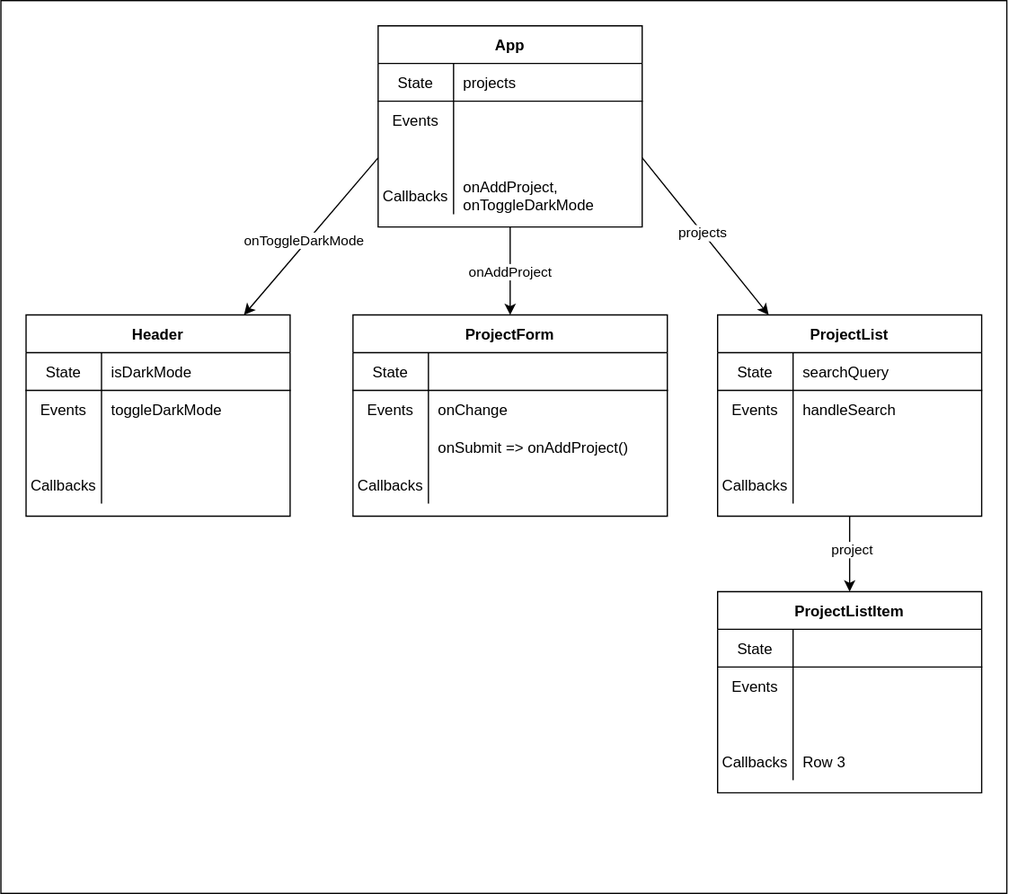
The draw.io diagram 06_PATCH_DELETE/assets/component-hierarchy-with-data-flow.drawio.svg in learn-co-students/SENG-LIVE-062722-Phase-2, before a commit. Source tidied: cells renumbered, new cells last; positions are measured from the earlier drawing's top-left corner, leaving out a move shared by most shapes.
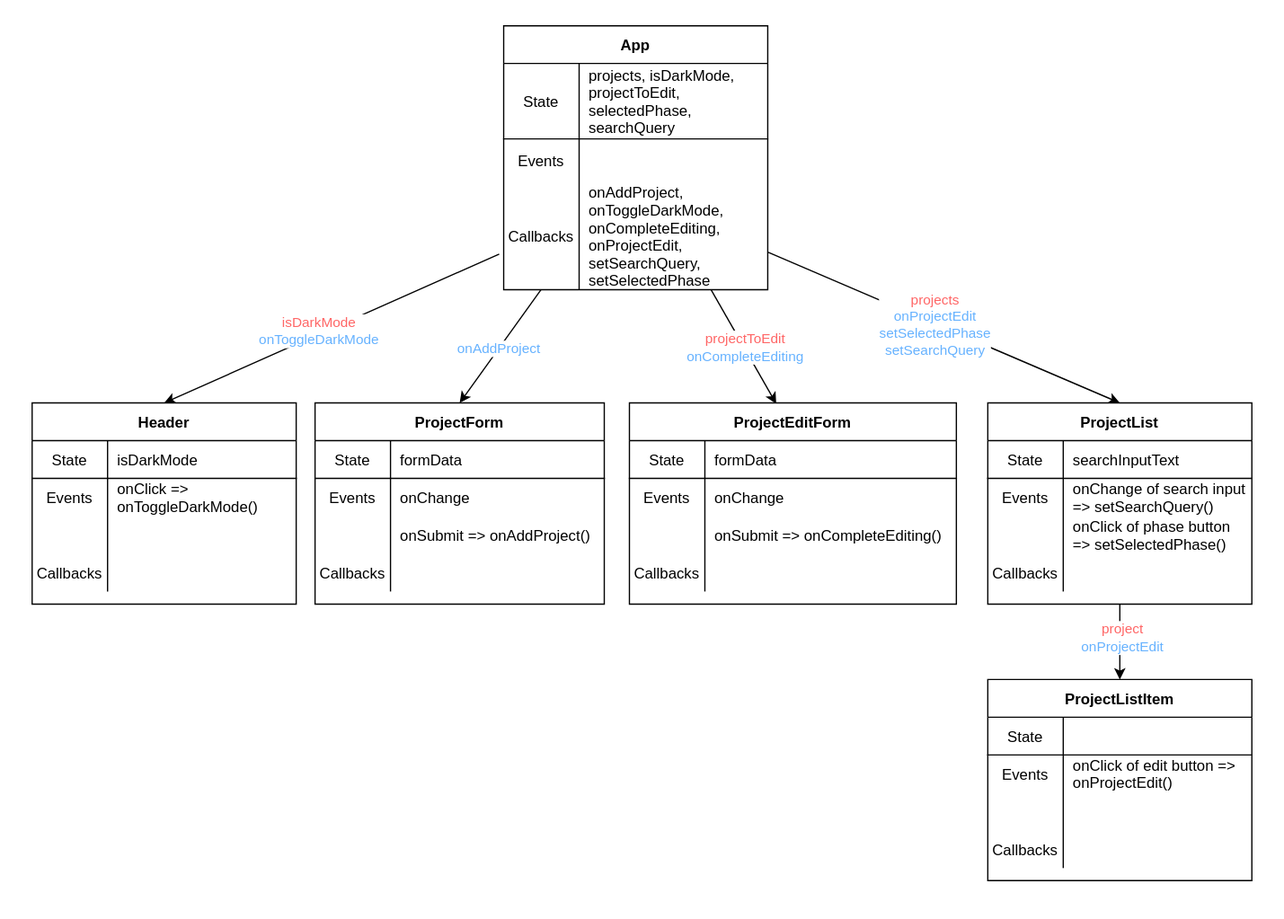
Above is the later version.

Commit message:
update component diagram

What changed in the source:
```diff
@@ -4,64 +4,66 @@
     <mxCell id="1" parent="0" />
-    <mxCell id="2" style="rounded=0;whiteSpace=wrap;html=1;" parent="1" vertex="1">
-      <mxGeometry width="800" height="710" as="geometry" />
+    <mxCell id="2" style="rounded=0;whiteSpace=wrap;html=1;strokeColor=none;" parent="1" vertex="1">
+      <mxGeometry y="-20" width="1020" height="730" as="geometry" />
     </mxCell>
-    <mxCell id="3" style="edgeStyle=none;html=1;exitX=0;exitY=0.5;exitDx=0;exitDy=0;" parent="1" edge="1" source="16" target="22">
+    <mxCell id="3" style="edgeStyle=none;html=1;exitX=-0.017;exitY=0.666;exitDx=0;exitDy=0;exitPerimeter=0;entryX=0.5;entryY=0;entryDx=0;entryDy=0;" parent="1" edge="1" source="19" target="22">
       <mxGeometry relative="1" as="geometry" />
     </mxCell>
-    <mxCell id="4" value="onToggleDarkMode" style="edgeLabel;html=1;align=center;verticalAlign=middle;" parent="3" vertex="1">
+    <mxCell id="4" value="&lt;font color=&quot;#ff6666&quot;&gt;isDarkMode&lt;/font&gt;&lt;br&gt;&lt;font color=&quot;#66b2ff&quot;&gt;onToggleDarkMode&lt;/font&gt;" style="edgeLabel;html=1;align=center;verticalAlign=middle;" parent="3" vertex="1">
       <mxGeometry x="0.07" y="-3" relative="1" as="geometry" />
     </mxCell>
-    <mxCell id="5" style="edgeStyle=none;html=1;" parent="1" edge="1" source="9" target="35">
+    <mxCell id="5" style="edgeStyle=none;html=1;entryX=0.5;entryY=0;entryDx=0;entryDy=0;" parent="1" edge="1" source="9" target="35">
       <mxGeometry relative="1" as="geometry" />
     </mxCell>
-    <mxCell id="6" value="onAddProject" style="edgeLabel;html=1;align=center;verticalAlign=middle;" parent="5" vertex="1">
+    <mxCell id="6" value="&lt;font color=&quot;#66b2ff&quot;&gt;onAddProject&lt;/font&gt;" style="edgeLabel;html=1;align=center;verticalAlign=middle;fontColor=#3399FF;" parent="5" vertex="1">
       <mxGeometry x="0.03" y="-1" relative="1" as="geometry" />
     </mxCell>
-    <mxCell id="7" style="edgeStyle=none;html=1;exitX=1;exitY=0.5;exitDx=0;exitDy=0;" parent="1" edge="1" source="16" target="50">
+    <mxCell id="7" style="edgeStyle=none;html=1;exitX=1.002;exitY=0.65;exitDx=0;exitDy=0;exitPerimeter=0;entryX=0.5;entryY=0;entryDx=0;entryDy=0;" parent="1" edge="1" source="19" target="50">
       <mxGeometry relative="1" as="geometry" />
     </mxCell>
-    <mxCell id="8" value="projects" style="edgeLabel;html=1;align=center;verticalAlign=middle;" parent="7" vertex="1">
+    <mxCell id="8" value="&lt;font color=&quot;#ff6666&quot;&gt;projects&lt;/font&gt;&lt;br&gt;&lt;font color=&quot;#66b2ff&quot;&gt;onProjectEdit&lt;br&gt;setSelectedPhase&lt;/font&gt;&lt;br&gt;&lt;font color=&quot;#66b2ff&quot;&gt;setSearchQuery&lt;/font&gt;" style="edgeLabel;html=1;align=center;verticalAlign=middle;" parent="7" vertex="1">
       <mxGeometry x="-0.06" relative="1" as="geometry" />
     </mxCell>
+    <mxCell id="76" style="edgeStyle=none;html=1;fontColor=#66B2FF;entryX=0.449;entryY=0.004;entryDx=0;entryDy=0;entryPerimeter=0;" parent="1" edge="1" source="9" target="78">
+      <mxGeometry relative="1" as="geometry" />
+    </mxCell>
+    <mxCell id="77" value="&lt;font color=&quot;#ff6666&quot;&gt;projectToEdit&lt;/font&gt;&lt;br&gt;onCompleteEditing" style="edgeLabel;html=1;align=center;verticalAlign=middle;fontColor=#66B2FF;" parent="76" vertex="1">
+      <mxGeometry x="0.09" y="1" relative="1" as="geometry">
+        <mxPoint x="-3" y="-4" as="offset" />
+      </mxGeometry>
+    </mxCell>
     <mxCell id="9" value="App" style="shape=table;startSize=30;rowLines=0;fontStyle=1;align=center;" parent="1" vertex="1">
-      <mxGeometry x="300" y="20" width="210" height="160" as="geometry" />
+      <mxGeometry x="400" width="210" height="210" as="geometry" />
     </mxCell>
-    <mxCell id="10" style="shape=partialRectangle;fillColor=none;top=0;left=0;bottom=1;right=0;" parent="9" vertex="1">
-      <mxGeometry y="30" width="210" height="30" as="geometry" />
+    <mxCell id="10" style="shape=partialRectangle;fillColor=none;top=0;left=0;bottom=0;right=0;" parent="9" vertex="1">
+      <mxGeometry y="30" width="210" height="31" as="geometry" />
     </mxCell>
-    <mxCell id="11" value="State" style="shape=partialRectangle;fillColor=none;top=0;left=0;bottom=0;right=0;fontStyle=0;overflow=hidden;" parent="10" vertex="1">
-      <mxGeometry width="60" height="30" as="geometry" />
+    <mxCell id="11" value="State" style="shape=partialRectangle;fillColor=none;top=0;left=0;bottom=1;right=0;fontStyle=0;overflow=hidden;colspan=1;rowspan=2;" parent="10" vertex="1">
+      <mxGeometry width="60" height="60" as="geometry" />
     </mxCell>
-    <mxCell id="12" value="projects" style="shape=partialRectangle;fillColor=none;top=0;left=0;bottom=0;right=0;align=left;spacingLeft=6;fontStyle=0;overflow=hidden;" parent="10" vertex="1">
-      <mxGeometry x="60" width="150" height="30" as="geometry" />
+    <mxCell id="12" value="projects, isDarkMode, &#10;projectToEdit,&#10;selectedPhase, &#10;searchQuery" style="shape=partialRectangle;fillColor=none;top=0;left=0;bottom=1;right=0;align=left;spacingLeft=6;fontStyle=0;overflow=visible;strokeColor=default;rowspan=2;" parent="10" vertex="1">
+      <mxGeometry x="60" width="150" height="60" as="geometry" />
     </mxCell>
     <mxCell id="13" style="shape=partialRectangle;fillColor=none;top=0;left=0;bottom=0;right=0;" parent="9" vertex="1">
-      <mxGeometry y="60" width="210" height="30" as="geometry" />
+      <mxGeometry y="61" width="210" height="29" as="geometry" />
     </mxCell>
-    <mxCell id="14" value="Events" style="shape=partialRectangle;fillColor=none;top=0;left=0;bottom=0;right=0;overflow=hidden;" parent="13" vertex="1">
-      <mxGeometry width="60" height="30" as="geometry" />
-    </mxCell>
-    <mxCell id="15" style="shape=partialRectangle;fillColor=none;top=0;left=0;bottom=0;right=0;align=left;spacingLeft=6;overflow=hidden;" parent="13" vertex="1">
-      <mxGeometry x="60" width="150" height="30" as="geometry" />
-    </mxCell>
     <mxCell id="16" style="shape=partialRectangle;fillColor=none;top=0;left=0;bottom=0;right=0;points=[[0,0.5],[1,0.5]];portConstraint=eastwest;" parent="9" vertex="1">
-      <mxGeometry y="90" width="210" height="30" as="geometry" />
+      <mxGeometry y="90" width="210" height="35" as="geometry" />
     </mxCell>
-    <mxCell id="17" style="shape=partialRectangle;fillColor=none;top=0;left=0;bottom=0;right=0;overflow=hidden;" parent="16" vertex="1">
-      <mxGeometry width="60" height="30" as="geometry" />
+    <mxCell id="17" value="Events" style="shape=partialRectangle;fillColor=none;top=0;left=0;bottom=0;right=0;overflow=hidden;" parent="16" vertex="1">
+      <mxGeometry width="60" height="35" as="geometry" />
     </mxCell>
     <mxCell id="18" style="shape=partialRectangle;fillColor=none;top=0;left=0;bottom=0;right=0;align=left;spacingLeft=6;overflow=hidden;" parent="16" vertex="1">
-      <mxGeometry x="60" width="150" height="30" as="geometry" />
+      <mxGeometry x="60" width="150" height="35" as="geometry" />
     </mxCell>
     <mxCell id="19" style="shape=partialRectangle;fillColor=none;top=0;left=0;bottom=0;right=0;points=[[0,0.5],[1,0.5]];portConstraint=eastwest;" parent="9" vertex="1">
-      <mxGeometry y="120" width="210" height="30" as="geometry" />
+      <mxGeometry y="125" width="210" height="85" as="geometry" />
     </mxCell>
-    <mxCell id="20" value="Callbacks" style="shape=partialRectangle;fillColor=none;top=0;left=0;bottom=0;right=0;overflow=hidden;" parent="19" vertex="1">
-      <mxGeometry width="60" height="30" as="geometry" />
+    <mxCell id="20" value="Callbacks" style="shape=partialRectangle;fillColor=none;top=0;left=0;bottom=0;right=0;overflow=hidden;rowspan=3;" parent="19" vertex="1">
+      <mxGeometry width="60" height="85" as="geometry" />
     </mxCell>
-    <mxCell id="21" value="onAddProject, &#10;onToggleDarkMode" style="shape=partialRectangle;fillColor=none;top=0;left=0;bottom=0;right=0;align=left;spacingLeft=6;overflow=hidden;" parent="19" vertex="1">
-      <mxGeometry x="60" width="150" height="30" as="geometry" />
+    <mxCell id="21" value="onAddProject, &#10;onToggleDarkMode,&#10;onCompleteEditing,&#10;onProjectEdit,&#10;setSearchQuery,&#10;setSelectedPhase" style="shape=partialRectangle;fillColor=none;top=0;left=0;bottom=0;right=0;align=left;spacingLeft=6;overflow=visible;rowspan=2;" parent="19" vertex="1">
+      <mxGeometry x="60" width="150" height="85" as="geometry" />
     </mxCell>
     <mxCell id="22" value="Header" style="shape=table;startSize=30;rowLines=0;fontStyle=1;align=center;" parent="1" vertex="1">
-      <mxGeometry x="20" y="250" width="210" height="160" as="geometry" />
+      <mxGeometry x="25" y="300" width="210" height="160" as="geometry" />
     </mxCell>
@@ -82,3 +84,3 @@
     </mxCell>
-    <mxCell id="28" value="toggleDarkMode" style="shape=partialRectangle;fillColor=none;top=0;left=0;bottom=0;right=0;align=left;spacingLeft=6;overflow=hidden;" parent="26" vertex="1">
+    <mxCell id="28" value="onClick =&gt; &#10;onToggleDarkMode()" style="shape=partialRectangle;fillColor=none;top=0;left=0;bottom=0;right=0;align=left;spacingLeft=6;overflow=hidden;" parent="26" vertex="1">
       <mxGeometry x="60" width="150" height="30" as="geometry" />
@@ -104,6 +106,6 @@
     <mxCell id="35" value="ProjectForm" style="shape=table;startSize=30;rowLines=0;fontStyle=1;align=center;" parent="1" vertex="1">
-      <mxGeometry x="280" y="250" width="250" height="160" as="geometry" />
+      <mxGeometry x="250" y="300" width="230" height="160" as="geometry" />
     </mxCell>
     <mxCell id="36" style="shape=partialRectangle;fillColor=none;top=0;left=0;bottom=1;right=0;" parent="35" vertex="1">
-      <mxGeometry y="30" width="250" height="30" as="geometry" />
+      <mxGeometry y="30" width="230" height="30" as="geometry" />
     </mxCell>
@@ -112,7 +114,7 @@
     </mxCell>
-    <mxCell id="38" style="shape=partialRectangle;fillColor=none;top=0;left=0;bottom=0;right=0;align=left;spacingLeft=6;fontStyle=0;overflow=hidden;" parent="36" vertex="1">
-      <mxGeometry x="60" width="190" height="30" as="geometry" />
+    <mxCell id="38" value="formData" style="shape=partialRectangle;fillColor=none;top=0;left=0;bottom=0;right=0;align=left;spacingLeft=6;fontStyle=0;overflow=hidden;" parent="36" vertex="1">
+      <mxGeometry x="60" width="170" height="30" as="geometry" />
     </mxCell>
     <mxCell id="39" style="shape=partialRectangle;fillColor=none;top=0;left=0;bottom=0;right=0;" parent="35" vertex="1">
-      <mxGeometry y="60" width="250" height="30" as="geometry" />
+      <mxGeometry y="60" width="230" height="30" as="geometry" />
     </mxCell>
@@ -122,6 +124,6 @@
     <mxCell id="41" value="onChange" style="shape=partialRectangle;fillColor=none;top=0;left=0;bottom=0;right=0;align=left;spacingLeft=6;overflow=hidden;" parent="39" vertex="1">
-      <mxGeometry x="60" width="190" height="30" as="geometry" />
+      <mxGeometry x="60" width="170" height="30" as="geometry" />
     </mxCell>
     <mxCell id="42" style="shape=partialRectangle;fillColor=none;top=0;left=0;bottom=0;right=0;" parent="35" vertex="1">
-      <mxGeometry y="90" width="250" height="30" as="geometry" />
+      <mxGeometry y="90" width="230" height="30" as="geometry" />
     </mxCell>
@@ -131,6 +133,6 @@
     <mxCell id="44" value="onSubmit =&gt; onAddProject()" style="shape=partialRectangle;fillColor=none;top=0;left=0;bottom=0;right=0;align=left;spacingLeft=6;overflow=hidden;" parent="42" vertex="1">
-      <mxGeometry x="60" width="190" height="30" as="geometry" />
+      <mxGeometry x="60" width="170" height="30" as="geometry" />
     </mxCell>
     <mxCell id="45" style="shape=partialRectangle;fillColor=none;top=0;left=0;bottom=0;right=0;" parent="35" vertex="1">
-      <mxGeometry y="120" width="250" height="30" as="geometry" />
+      <mxGeometry y="120" width="230" height="30" as="geometry" />
     </mxCell>
@@ -140,3 +142,3 @@
     <mxCell id="47" style="shape=partialRectangle;fillColor=none;top=0;left=0;bottom=0;right=0;align=left;spacingLeft=6;overflow=hidden;" parent="45" vertex="1">
-      <mxGeometry x="60" width="190" height="30" as="geometry" />
+      <mxGeometry x="60" width="170" height="30" as="geometry" />
     </mxCell>
@@ -145,3 +147,3 @@
     </mxCell>
-    <mxCell id="49" value="project" style="edgeLabel;html=1;align=center;verticalAlign=middle;" parent="48" vertex="1">
+    <mxCell id="49" value="&lt;font color=&quot;#ff6666&quot;&gt;project&lt;/font&gt;&lt;br&gt;&lt;font color=&quot;#66b2ff&quot;&gt;onProjectEdit&lt;/font&gt;" style="edgeLabel;html=1;align=center;verticalAlign=middle;" parent="48" vertex="1">
       <mxGeometry x="-0.12" y="1" relative="1" as="geometry" />
@@ -149,3 +151,3 @@
     <mxCell id="50" value="ProjectList" style="shape=table;startSize=30;rowLines=0;fontStyle=1;align=center;" parent="1" vertex="1">
-      <mxGeometry x="570" y="250" width="210" height="160" as="geometry" />
+      <mxGeometry x="785" y="300" width="210" height="160" as="geometry" />
     </mxCell>
@@ -157,3 +159,3 @@
     </mxCell>
-    <mxCell id="53" value="searchQuery" style="shape=partialRectangle;fillColor=none;top=0;left=0;bottom=0;right=0;align=left;spacingLeft=6;fontStyle=0;overflow=hidden;" parent="51" vertex="1">
+    <mxCell id="53" value="searchInputText" style="shape=partialRectangle;fillColor=none;top=0;left=0;bottom=0;right=0;align=left;spacingLeft=6;fontStyle=0;overflow=hidden;" parent="51" vertex="1">
       <mxGeometry x="60" width="150" height="30" as="geometry" />
@@ -166,3 +168,3 @@
     </mxCell>
-    <mxCell id="56" value="handleSearch" style="shape=partialRectangle;fillColor=none;top=0;left=0;bottom=0;right=0;align=left;spacingLeft=6;overflow=hidden;" parent="54" vertex="1">
+    <mxCell id="56" value="onChange of search input&#10; =&gt; setSearchQuery()" style="shape=partialRectangle;fillColor=none;top=0;left=0;bottom=0;right=0;align=left;spacingLeft=6;overflow=hidden;" parent="54" vertex="1">
       <mxGeometry x="60" width="150" height="30" as="geometry" />
@@ -175,3 +177,3 @@
     </mxCell>
-    <mxCell id="59" style="shape=partialRectangle;fillColor=none;top=0;left=0;bottom=0;right=0;align=left;spacingLeft=6;overflow=hidden;" parent="57" vertex="1">
+    <mxCell id="59" value="onClick of phase button&#10;=&gt; setSelectedPhase()" style="shape=partialRectangle;fillColor=none;top=0;left=0;bottom=0;right=0;align=left;spacingLeft=6;overflow=hidden;" parent="57" vertex="1">
       <mxGeometry x="60" width="150" height="30" as="geometry" />
@@ -188,3 +190,3 @@
     <mxCell id="63" value="ProjectListItem" style="shape=table;startSize=30;rowLines=0;fontStyle=1;align=center;" parent="1" vertex="1">
-      <mxGeometry x="570" y="470" width="210" height="160" as="geometry" />
+      <mxGeometry x="785" y="520" width="210" height="160" as="geometry" />
     </mxCell>
@@ -205,3 +207,3 @@
     </mxCell>
-    <mxCell id="69" style="shape=partialRectangle;fillColor=none;top=0;left=0;bottom=0;right=0;align=left;spacingLeft=6;overflow=hidden;" parent="67" vertex="1">
+    <mxCell id="69" value="onClick of edit button =&gt;&#10;onProjectEdit()" style="shape=partialRectangle;fillColor=none;top=0;left=0;bottom=0;right=0;align=left;spacingLeft=6;overflow=hidden;" parent="67" vertex="1">
       <mxGeometry x="60" width="150" height="30" as="geometry" />
@@ -223,5 +225,44 @@
     </mxCell>
-    <mxCell id="75" value="Row 3" style="shape=partialRectangle;fillColor=none;top=0;left=0;bottom=0;right=0;align=left;spacingLeft=6;overflow=hidden;" parent="73" vertex="1">
+    <mxCell id="75" style="shape=partialRectangle;fillColor=none;top=0;left=0;bottom=0;right=0;align=left;spacingLeft=6;overflow=hidden;" parent="73" vertex="1">
       <mxGeometry x="60" width="150" height="30" as="geometry" />
     </mxCell>
+    <mxCell id="78" value="ProjectEditForm" style="shape=table;startSize=30;rowLines=0;fontStyle=1;align=center;" parent="1" vertex="1">
+      <mxGeometry x="500" y="300" width="260" height="160" as="geometry" />
+    </mxCell>
+    <mxCell id="79" style="shape=partialRectangle;fillColor=none;top=0;left=0;bottom=1;right=0;" parent="78" vertex="1">
+      <mxGeometry y="30" width="260" height="30" as="geometry" />
+    </mxCell>
+    <mxCell id="80" value="State" style="shape=partialRectangle;fillColor=none;top=0;left=0;bottom=0;right=0;fontStyle=0;overflow=hidden;" parent="79" vertex="1">
+      <mxGeometry width="60" height="30" as="geometry" />
+    </mxCell>
+    <mxCell id="81" value="formData" style="shape=partialRectangle;fillColor=none;top=0;left=0;bottom=0;right=0;align=left;spacingLeft=6;fontStyle=0;overflow=hidden;" parent="79" vertex="1">
+      <mxGeometry x="60" width="200" height="30" as="geometry" />
+    </mxCell>
+    <mxCell id="82" style="shape=partialRectangle;fillColor=none;top=0;left=0;bottom=0;right=0;" parent="78" vertex="1">
+      <mxGeometry y="60" width="260" height="30" as="geometry" />
+    </mxCell>
+    <mxCell id="14" value="Events" style="shape=partialRectangle;fillColor=none;top=0;left=0;bottom=0;right=0;overflow=hidden;" parent="82" vertex="1">
+      <mxGeometry width="60" height="30" as="geometry" />
+    </mxCell>
+    <mxCell id="83" value="onChange" style="shape=partialRectangle;fillColor=none;top=0;left=0;bottom=0;right=0;align=left;spacingLeft=6;overflow=hidden;" parent="82" vertex="1">
+      <mxGeometry x="60" width="200" height="30" as="geometry" />
+    </mxCell>
+    <mxCell id="84" style="shape=partialRectangle;fillColor=none;top=0;left=0;bottom=0;right=0;" parent="78" vertex="1">
+      <mxGeometry y="90" width="260" height="30" as="geometry" />
+    </mxCell>
+    <mxCell id="85" style="shape=partialRectangle;fillColor=none;top=0;left=0;bottom=0;right=0;overflow=hidden;" parent="84" vertex="1">
+      <mxGeometry width="60" height="30" as="geometry" />
+    </mxCell>
+    <mxCell id="86" value="onSubmit =&gt; onCompleteEditing()" style="shape=partialRectangle;fillColor=none;top=0;left=0;bottom=0;right=0;align=left;spacingLeft=6;overflow=hidden;" parent="84" vertex="1">
+      <mxGeometry x="60" width="200" height="30" as="geometry" />
+    </mxCell>
+    <mxCell id="87" style="shape=partialRectangle;fillColor=none;top=0;left=0;bottom=0;right=0;" parent="78" vertex="1">
+      <mxGeometry y="120" width="260" height="30" as="geometry" />
+    </mxCell>
+    <mxCell id="88" value="Callbacks" style="shape=partialRectangle;fillColor=none;top=0;left=0;bottom=0;right=0;overflow=hidden;" parent="87" vertex="1">
+      <mxGeometry width="60" height="30" as="geometry" />
+    </mxCell>
+    <mxCell id="89" style="shape=partialRectangle;fillColor=none;top=0;left=0;bottom=0;right=0;align=left;spacingLeft=6;overflow=hidden;" parent="87" vertex="1">
+      <mxGeometry x="60" width="200" height="30" as="geometry" />
+    </mxCell>
   </root>
```
